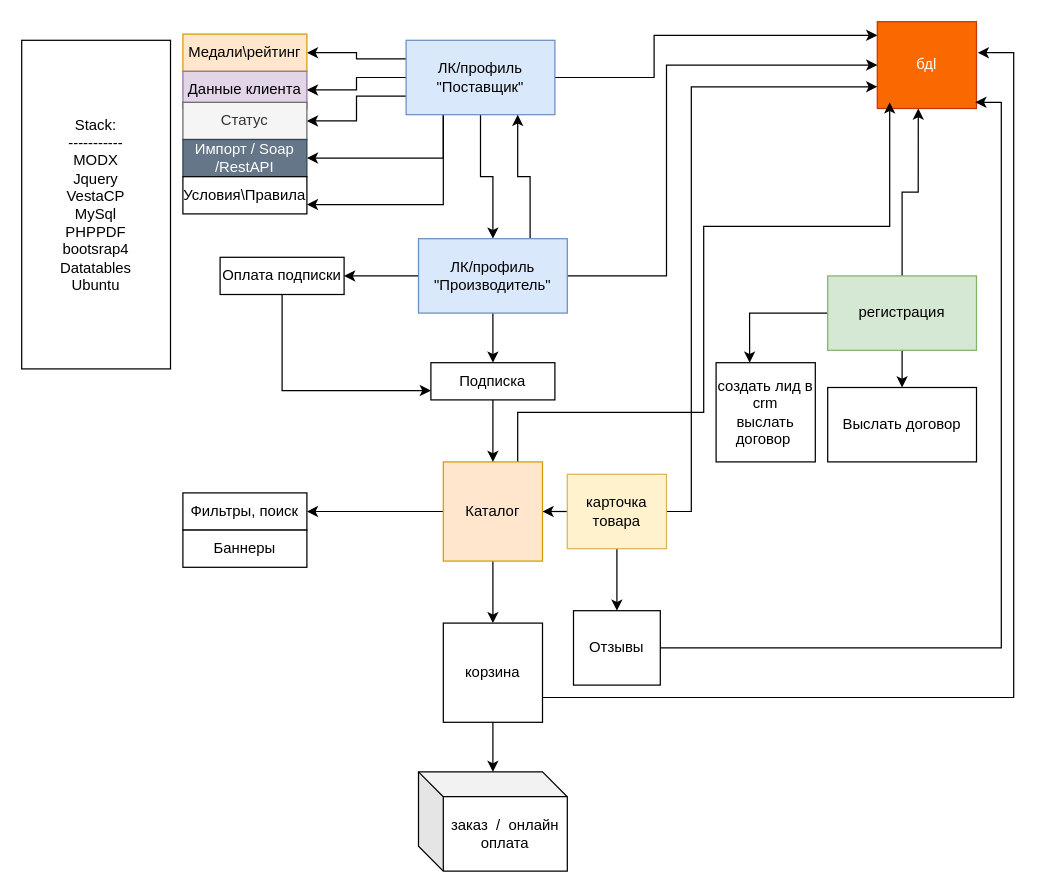
The draw.io diagram Untitled Diagram.drawio in php-require/food, before the edit. Source tidied: cells renumbered, new cells numbered last; positions are measured from the earlier drawing's top-left corner, leaving out a move shared by most shapes. Both pictures are drawn from the tidied source at 124%, with x=0, y=0 at pixel (21, 21).
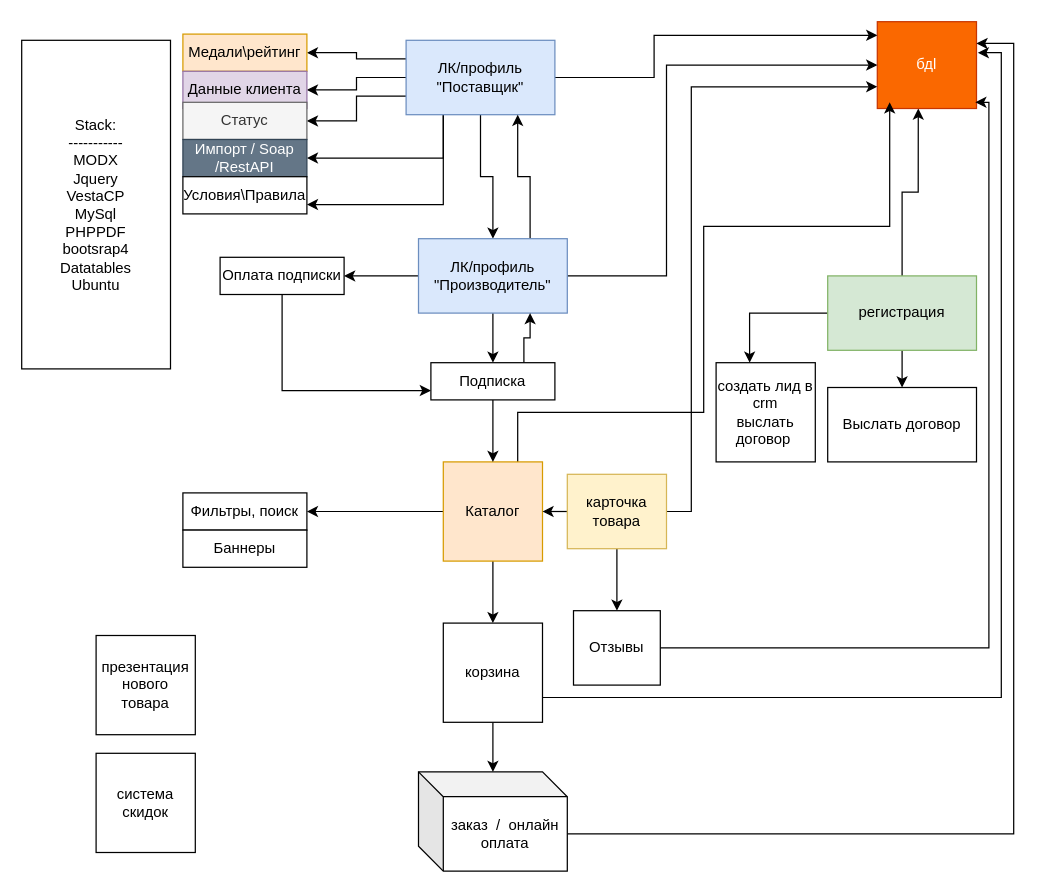
The same diagram, later.

The change refers to these unchanged cells:
```xml
<mxCell id="6" value="бдl" style="rounded=0;whiteSpace=wrap;html=1;fillColor=#fa6800;strokeColor=#C73500;fontColor=#ffffff;" parent="1" vertex="1">
  <mxGeometry x="690" width="80" height="70" as="geometry" />
</mxCell>
<mxCell id="25" value="ЛК/профиль &quot;Производитель&quot;" style="rounded=0;whiteSpace=wrap;html=1;fillColor=#dae8fc;strokeColor=#6c8ebf;" parent="1" vertex="1">
  <mxGeometry x="320" y="175" width="120" height="60" as="geometry" />
</mxCell>
<mxCell id="35" value="корзина" style="whiteSpace=wrap;html=1;" parent="1" vertex="1">
  <mxGeometry x="340" y="485" width="80" height="80" as="geometry" />
</mxCell>
<mxCell id="36" value="заказ&amp;nbsp; /&amp;nbsp; онлайн оплата" style="shape=cube;whiteSpace=wrap;html=1;boundedLbl=1;backgroundOutline=1;darkOpacity=0.05;darkOpacity2=0.1;" parent="1" vertex="1">
  <mxGeometry x="320" y="605" width="120" height="80" as="geometry" />
</mxCell>
<mxCell id="41" value="Подписка" style="rounded=0;whiteSpace=wrap;html=1;" parent="1" vertex="1">
  <mxGeometry x="330" y="275" width="100" height="30" as="geometry" />
</mxCell>
<mxCell id="47" value="Отзывы" style="rounded=0;whiteSpace=wrap;html=1;" parent="1" vertex="1">
  <mxGeometry x="445" y="475" width="70" height="60" as="geometry" />
</mxCell>
```

The edit, as a diff of the source:
```diff
@@
     <mxCell id="34" style="edgeStyle=orthogonalEdgeStyle;rounded=0;jettySize=auto;html=1;exitX=1;exitY=0.75;exitDx=0;exitDy=0;entryX=1.013;entryY=0.357;entryDx=0;entryDy=0;entryPerimeter=0;" parent="1" edge="1" source="35" target="6">
       <mxGeometry relative="1" as="geometry">
         <Array as="points">
-          <mxPoint x="800" y="545" />
-          <mxPoint x="800" y="25" />
+          <mxPoint x="790" y="545" />
+          <mxPoint x="790" y="25" />
         </Array>
       </mxGeometry>
     </mxCell>
@@
+    <mxCell id="48" style="edgeStyle=orthogonalEdgeStyle;rounded=0;jettySize=auto;html=1;exitX=0;exitY=0;exitDx=120;exitDy=50;exitPerimeter=0;entryX=1;entryY=0.25;entryDx=0;entryDy=0;" parent="1" edge="1" source="36" target="6">
+      <mxGeometry relative="1" as="geometry">
+        <Array as="points">
+          <mxPoint x="800" y="655" />
+          <mxPoint x="800" y="18" />
+        </Array>
+      </mxGeometry>
+    </mxCell>
@@
+    <mxCell id="49" style="edgeStyle=orthogonalEdgeStyle;rounded=0;jettySize=auto;html=1;exitX=0.75;exitY=0;exitDx=0;exitDy=0;entryX=0.75;entryY=1;entryDx=0;entryDy=0;" parent="1" edge="1" source="41" target="25">
+      <mxGeometry relative="1" as="geometry" />
+    </mxCell>
@@
     <mxCell id="46" style="edgeStyle=orthogonalEdgeStyle;rounded=0;jettySize=auto;html=1;exitX=1;exitY=0.5;exitDx=0;exitDy=0;entryX=0.988;entryY=0.929;entryDx=0;entryDy=0;entryPerimeter=0;" parent="1" edge="1" source="47" target="6">
-      <mxGeometry relative="1" as="geometry" />
+      <mxGeometry relative="1" as="geometry">
+        <Array as="points">
+          <mxPoint x="780" y="505" />
+          <mxPoint x="780" y="65" />
+        </Array>
+      </mxGeometry>
     </mxCell>
@@
+    <mxCell id="50" value="презентация нового товара" style="whiteSpace=wrap;html=1;" parent="1" vertex="1">
+      <mxGeometry x="60" y="495" width="80" height="80" as="geometry" />
+    </mxCell>
+    <mxCell id="51" value="система скидок" style="whiteSpace=wrap;html=1;" parent="1" vertex="1">
+      <mxGeometry x="60" y="590" width="80" height="80" as="geometry" />
+    </mxCell>
```
